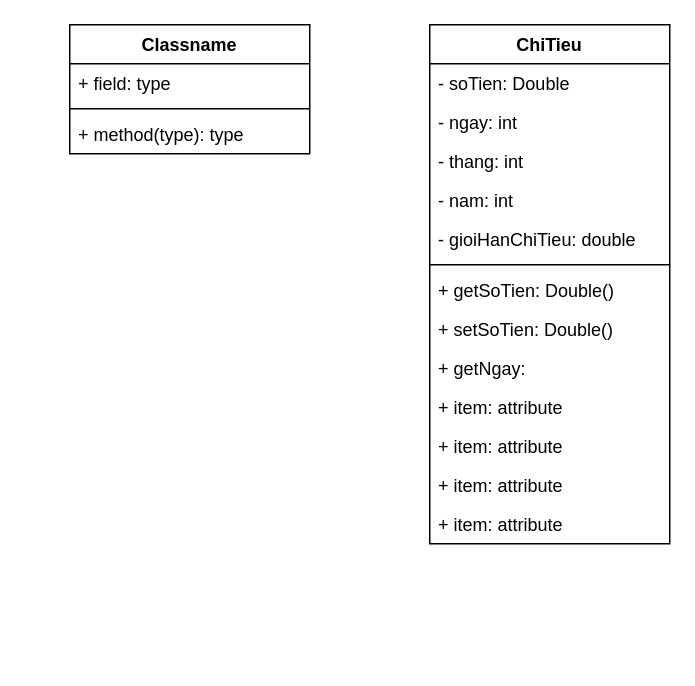
This is Diagrams/ClassDiagrams.drawio from AkallHuynh/IS216.L21.HTCL-Java, a draw.io file, before an edit. Source tidied: cells renumbered, new cells numbered last; positions are measured from the earlier drawing's top-left corner, leaving out a move shared by most shapes. Both pictures are drawn from the tidied source at 150%, with x=0, y=0 at pixel (69, 24).
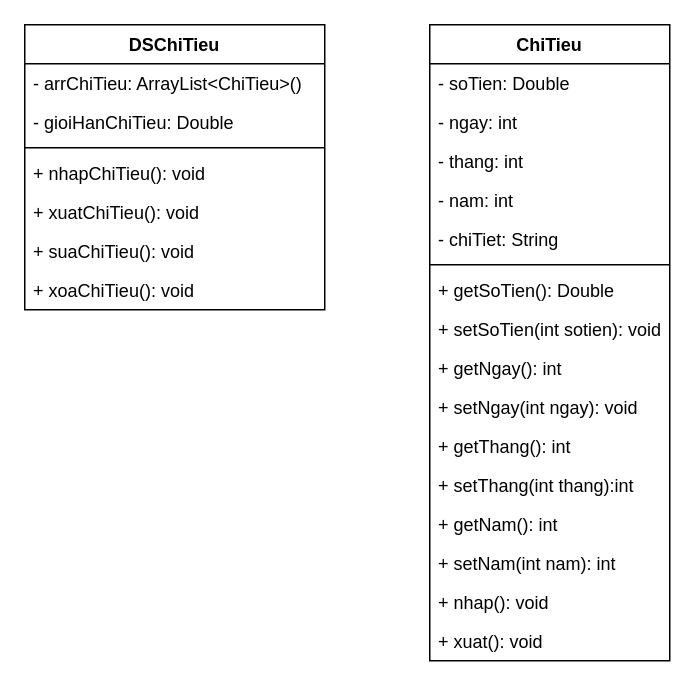
After the change.

The edit, as a diff of the source:
```diff
@@
     <mxCell id="2" value="ChiTieu" style="swimlane;fontStyle=1;align=center;verticalAlign=top;horizontal=1;startSize=26;" parent="1" vertex="1">
-      <mxGeometry x="240" width="160" height="346" as="geometry" />
+      <mxGeometry x="240" width="160" height="424" as="geometry" />
     </mxCell>
@@
-    <mxCell id="7" value="- gioiHanChiTieu: double" style="text;strokeColor=none;fillColor=none;align=left;verticalAlign=top;spacingLeft=4;spacingRight=4;overflow=hidden;" parent="2" vertex="1">
-      <mxGeometry y="130" width="160" height="26" as="geometry" />
-    </mxCell>
+    <mxCell id="20" value="- chiTiet: String" style="text;strokeColor=none;fillColor=none;align=left;verticalAlign=top;spacingLeft=4;spacingRight=4;overflow=hidden;" parent="2" vertex="1">
+      <mxGeometry y="130" width="160" height="26" as="geometry" />
+    </mxCell>
@@
-    <mxCell id="9" value="+ getSoTien: Double()" style="text;strokeColor=none;fillColor=none;align=left;verticalAlign=top;spacingLeft=4;spacingRight=4;overflow=hidden;" parent="2" vertex="1">
+    <mxCell id="9" value="+ getSoTien(): Double" style="text;strokeColor=none;fillColor=none;align=left;verticalAlign=top;spacingLeft=4;spacingRight=4;overflow=hidden;" parent="2" vertex="1">
       <mxGeometry y="164" width="160" height="26" as="geometry" />
     </mxCell>
-    <mxCell id="10" value="+ setSoTien: Double()" style="text;strokeColor=none;fillColor=none;align=left;verticalAlign=top;spacingLeft=4;spacingRight=4;overflow=hidden;" parent="2" vertex="1">
+    <mxCell id="10" value="+ setSoTien(int sotien): void" style="text;strokeColor=none;fillColor=none;align=left;verticalAlign=top;spacingLeft=4;spacingRight=4;overflow=hidden;" parent="2" vertex="1">
       <mxGeometry y="190" width="160" height="26" as="geometry" />
     </mxCell>
-    <mxCell id="11" value="+ getNgay: " style="text;strokeColor=none;fillColor=none;align=left;verticalAlign=top;spacingLeft=4;spacingRight=4;overflow=hidden;" parent="2" vertex="1">
+    <mxCell id="11" value="+ getNgay(): int" style="text;strokeColor=none;fillColor=none;align=left;verticalAlign=top;spacingLeft=4;spacingRight=4;overflow=hidden;" parent="2" vertex="1">
       <mxGeometry y="216" width="160" height="26" as="geometry" />
     </mxCell>
+    <mxCell id="14" value="+ setNgay(int ngay): void" style="text;strokeColor=none;fillColor=none;align=left;verticalAlign=top;spacingLeft=4;spacingRight=4;overflow=hidden;" parent="2" vertex="1">
+      <mxGeometry y="242" width="160" height="26" as="geometry" />
+    </mxCell>
-    <mxCell id="12" value="+ item: attribute" style="text;strokeColor=none;fillColor=none;align=left;verticalAlign=top;spacingLeft=4;spacingRight=4;overflow=hidden;" parent="2" vertex="1">
-      <mxGeometry y="242" width="160" height="26" as="geometry" />
+    <mxCell id="12" value="+ getThang(): int" style="text;strokeColor=none;fillColor=none;align=left;verticalAlign=top;spacingLeft=4;spacingRight=4;overflow=hidden;" parent="2" vertex="1">
+      <mxGeometry y="268" width="160" height="26" as="geometry" />
     </mxCell>
+    <mxCell id="15" value="+ setThang(int thang):int" style="text;strokeColor=none;fillColor=none;align=left;verticalAlign=top;spacingLeft=4;spacingRight=4;overflow=hidden;" parent="2" vertex="1">
+      <mxGeometry y="294" width="160" height="26" as="geometry" />
+    </mxCell>
-    <mxCell id="13" value="+ item: attribute" style="text;strokeColor=none;fillColor=none;align=left;verticalAlign=top;spacingLeft=4;spacingRight=4;overflow=hidden;" parent="2" vertex="1">
-      <mxGeometry y="268" width="160" height="26" as="geometry" />
+    <mxCell id="13" value="+ getNam(): int" style="text;strokeColor=none;fillColor=none;align=left;verticalAlign=top;spacingLeft=4;spacingRight=4;overflow=hidden;" parent="2" vertex="1">
+      <mxGeometry y="320" width="160" height="26" as="geometry" />
     </mxCell>
-    <mxCell id="14" value="+ item: attribute" style="text;strokeColor=none;fillColor=none;align=left;verticalAlign=top;spacingLeft=4;spacingRight=4;overflow=hidden;" parent="2" vertex="1">
-      <mxGeometry y="294" width="160" height="26" as="geometry" />
-    </mxCell>
-    <mxCell id="15" value="+ item: attribute" style="text;strokeColor=none;fillColor=none;align=left;verticalAlign=top;spacingLeft=4;spacingRight=4;overflow=hidden;" parent="2" vertex="1">
-      <mxGeometry y="320" width="160" height="26" as="geometry" />
-    </mxCell>
+    <mxCell id="21" value="+ setNam(int nam): int" style="text;strokeColor=none;fillColor=none;align=left;verticalAlign=top;spacingLeft=4;spacingRight=4;overflow=hidden;" parent="2" vertex="1">
+      <mxGeometry y="346" width="160" height="26" as="geometry" />
+    </mxCell>
+    <mxCell id="22" value="+ nhap(): void" style="text;strokeColor=none;fillColor=none;align=left;verticalAlign=top;spacingLeft=4;spacingRight=4;overflow=hidden;" parent="2" vertex="1">
+      <mxGeometry y="372" width="160" height="26" as="geometry" />
+    </mxCell>
+    <mxCell id="23" value="+ xuat(): void" style="text;strokeColor=none;fillColor=none;align=left;verticalAlign=top;spacingLeft=4;spacingRight=4;overflow=hidden;" parent="2" vertex="1">
+      <mxGeometry y="398" width="160" height="26" as="geometry" />
+    </mxCell>
-    <mxCell id="16" value="Classname" style="swimlane;fontStyle=1;align=center;verticalAlign=top;horizontal=1;startSize=26;" parent="1" vertex="1">
-      <mxGeometry width="160" height="86" as="geometry" />
+    <mxCell id="16" value="DSChiTieu" style="swimlane;fontStyle=1;align=center;verticalAlign=top;horizontal=1;startSize=26;" parent="1" vertex="1">
+      <mxGeometry x="-30" width="200" height="190" as="geometry" />
     </mxCell>
-    <mxCell id="17" value="+ field: type" style="text;strokeColor=none;fillColor=none;align=left;verticalAlign=top;spacingLeft=4;spacingRight=4;overflow=hidden;" parent="16" vertex="1">
-      <mxGeometry y="26" width="160" height="26" as="geometry" />
+    <mxCell id="17" value="- arrChiTieu: ArrayList&lt;ChiTieu&gt;()" style="text;strokeColor=none;fillColor=none;align=left;verticalAlign=top;spacingLeft=4;spacingRight=4;overflow=hidden;" parent="16" vertex="1">
+      <mxGeometry y="26" width="200" height="26" as="geometry" />
     </mxCell>
+    <mxCell id="24" value="- gioiHanChiTieu: Double" style="text;strokeColor=none;fillColor=none;align=left;verticalAlign=top;spacingLeft=4;spacingRight=4;overflow=hidden;" parent="16" vertex="1">
+      <mxGeometry y="52" width="200" height="26" as="geometry" />
+    </mxCell>
     <mxCell id="18" style="line;strokeWidth=1;fillColor=none;align=left;verticalAlign=middle;spacingTop=-1;spacingLeft=3;spacingRight=3;labelPosition=right;" parent="16" vertex="1">
-      <mxGeometry y="52" width="160" height="8" as="geometry" />
+      <mxGeometry y="78" width="200" height="8" as="geometry" />
     </mxCell>
-    <mxCell id="19" value="+ method(type): type" style="text;strokeColor=none;fillColor=none;align=left;verticalAlign=top;spacingLeft=4;spacingRight=4;overflow=hidden;" parent="16" vertex="1">
-      <mxGeometry y="60" width="160" height="26" as="geometry" />
+    <mxCell id="19" value="+ nhapChiTieu(): void" style="text;strokeColor=none;fillColor=none;align=left;verticalAlign=top;spacingLeft=4;spacingRight=4;overflow=hidden;" parent="16" vertex="1">
+      <mxGeometry y="86" width="200" height="26" as="geometry" />
     </mxCell>
+    <mxCell id="25" value="+ xuatChiTieu(): void" style="text;strokeColor=none;fillColor=none;align=left;verticalAlign=top;spacingLeft=4;spacingRight=4;overflow=hidden;" parent="16" vertex="1">
+      <mxGeometry y="112" width="200" height="26" as="geometry" />
+    </mxCell>
+    <mxCell id="26" value="+ suaChiTieu(): void" style="text;strokeColor=none;fillColor=none;align=left;verticalAlign=top;spacingLeft=4;spacingRight=4;overflow=hidden;" parent="16" vertex="1">
+      <mxGeometry y="138" width="200" height="26" as="geometry" />
+    </mxCell>
+    <mxCell id="27" value="+ xoaChiTieu(): void" style="text;strokeColor=none;fillColor=none;align=left;verticalAlign=top;spacingLeft=4;spacingRight=4;overflow=hidden;" parent="16" vertex="1">
+      <mxGeometry y="164" width="200" height="26" as="geometry" />
+    </mxCell>
```
